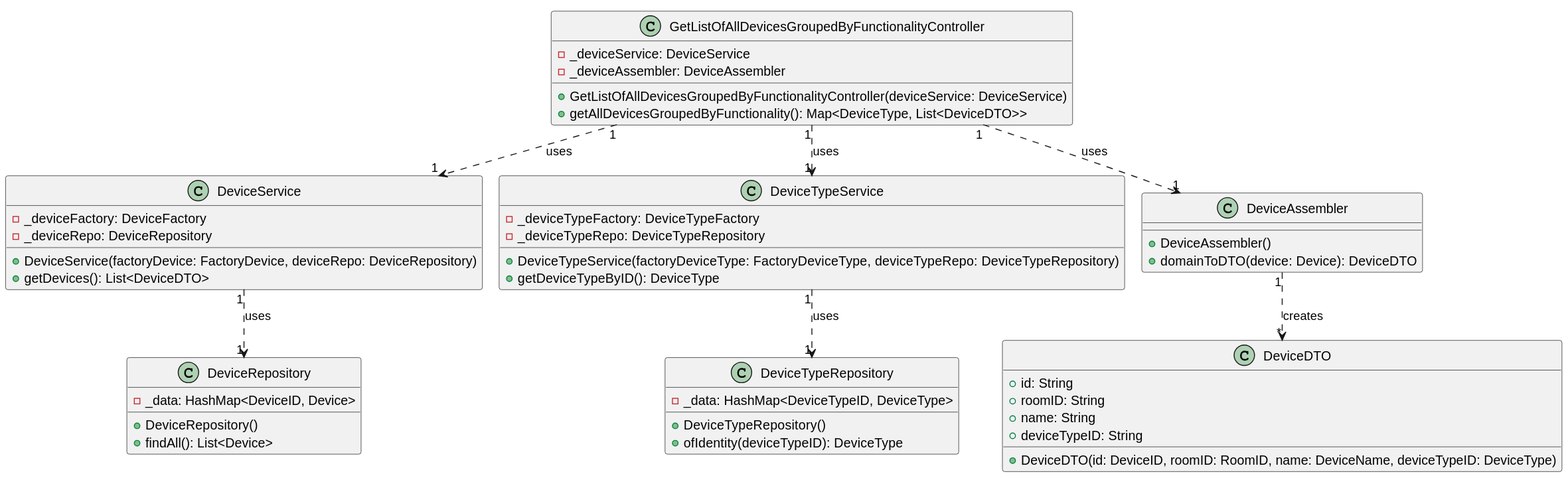
This is docs/userStories/us09/artifacts/US09CD.svg from olivDiogo/SmartHome, a PlantUML export, as it was before one commit.
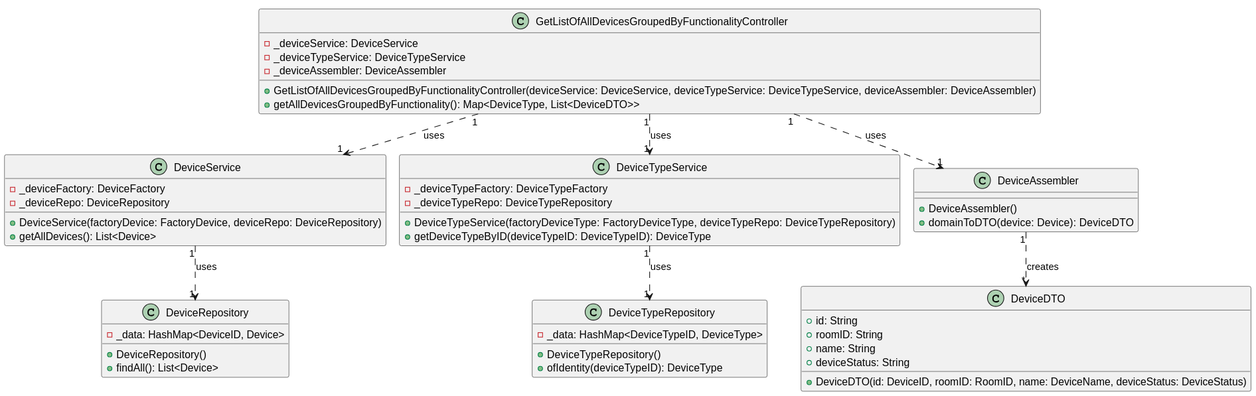
After the commit.

What changed in the source:
```diff
@@ -3,9 +3,10 @@
 
 class GetListOfAllDevicesGroupedByFunctionalityController {
     -_deviceService: DeviceService
+    -_deviceTypeService: DeviceTypeService
     -_deviceAssembler: DeviceAssembler
 
-    +GetListOfAllDevicesGroupedByFunctionalityController(deviceService: DeviceService)
+    +GetListOfAllDevicesGroupedByFunctionalityController(deviceService: DeviceService, deviceTypeService: DeviceTypeService, deviceAssembler: DeviceAssembler)
     +getAllDevicesGroupedByFunctionality(): Map<DeviceType, List<DeviceDTO>>
 
 }
@@ -14,14 +15,14 @@
     -_deviceFactory: DeviceFactory
     -_deviceRepo: DeviceRepository
     +DeviceService(factoryDevice: FactoryDevice, deviceRepo: DeviceRepository)
-    +getDevices(): List<DeviceDTO>
+    +getAllDevices(): List<Device>
 }
 
 class DeviceTypeService {
     -_deviceTypeFactory: DeviceTypeFactory
     -_deviceTypeRepo: DeviceTypeRepository
     +DeviceTypeService(factoryDeviceType: FactoryDeviceType, deviceTypeRepo: DeviceTypeRepository)
-    +getDeviceTypeByID(): DeviceType
+    +getDeviceTypeByID(deviceTypeID: DeviceTypeID): DeviceType
 }
 
 class DeviceRepository {
@@ -45,8 +46,8 @@
     +id: String
     +roomID: String
     +name: String
-    +deviceTypeID: String
-    +DeviceDTO(id: DeviceID, roomID: RoomID, name: DeviceName, deviceTypeID: DeviceType)
+    +deviceStatus: String
+    +DeviceDTO(id: DeviceID, roomID: RoomID, name: DeviceName, deviceStatus: DeviceStatus)
 }
 
 GetListOfAllDevicesGroupedByFunctionalityController "1" ..> "1" DeviceService: uses
```
